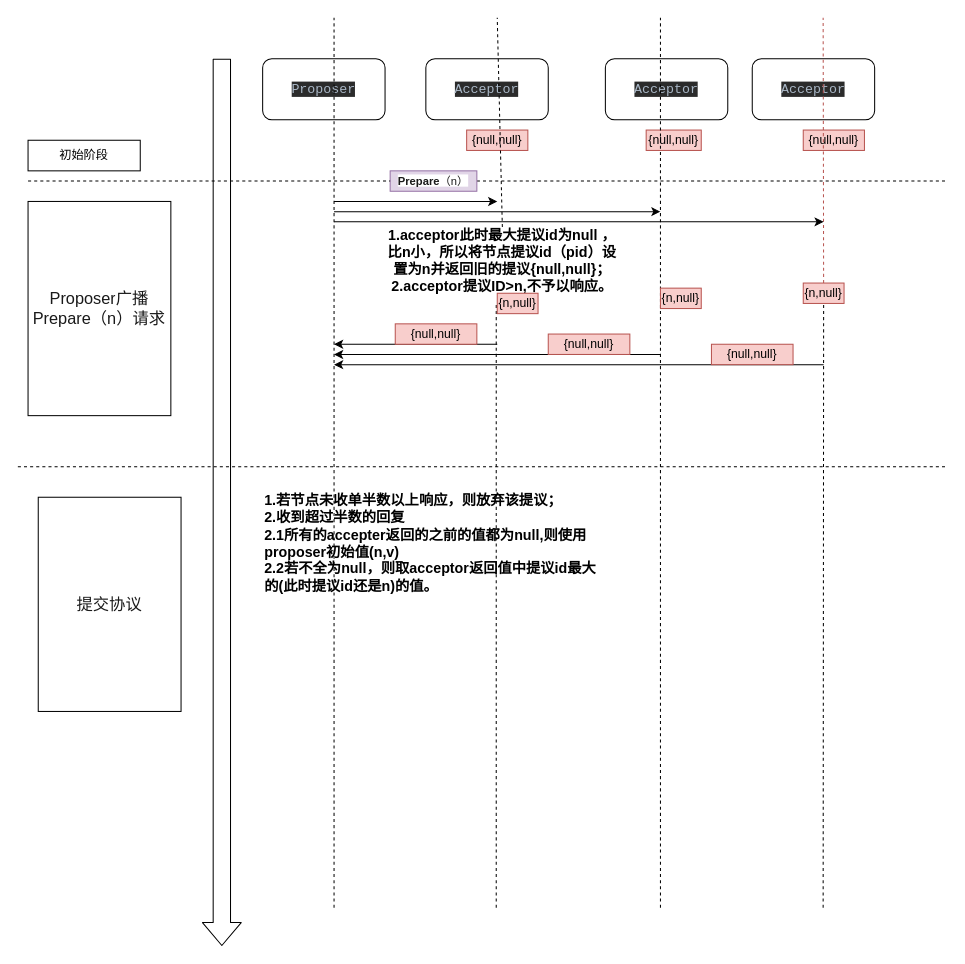
Above: Untitled Diagram.drawio in 852438143/drawIo (draw.io), before the change. Source tidied: cells renumbered, new cells numbered last; positions are measured from the earlier drawing's top-left corner, leaving out a move shared by most shapes. Both pictures are drawn from the tidied source at 102%, with x=0, y=0 at pixel (17, 17).
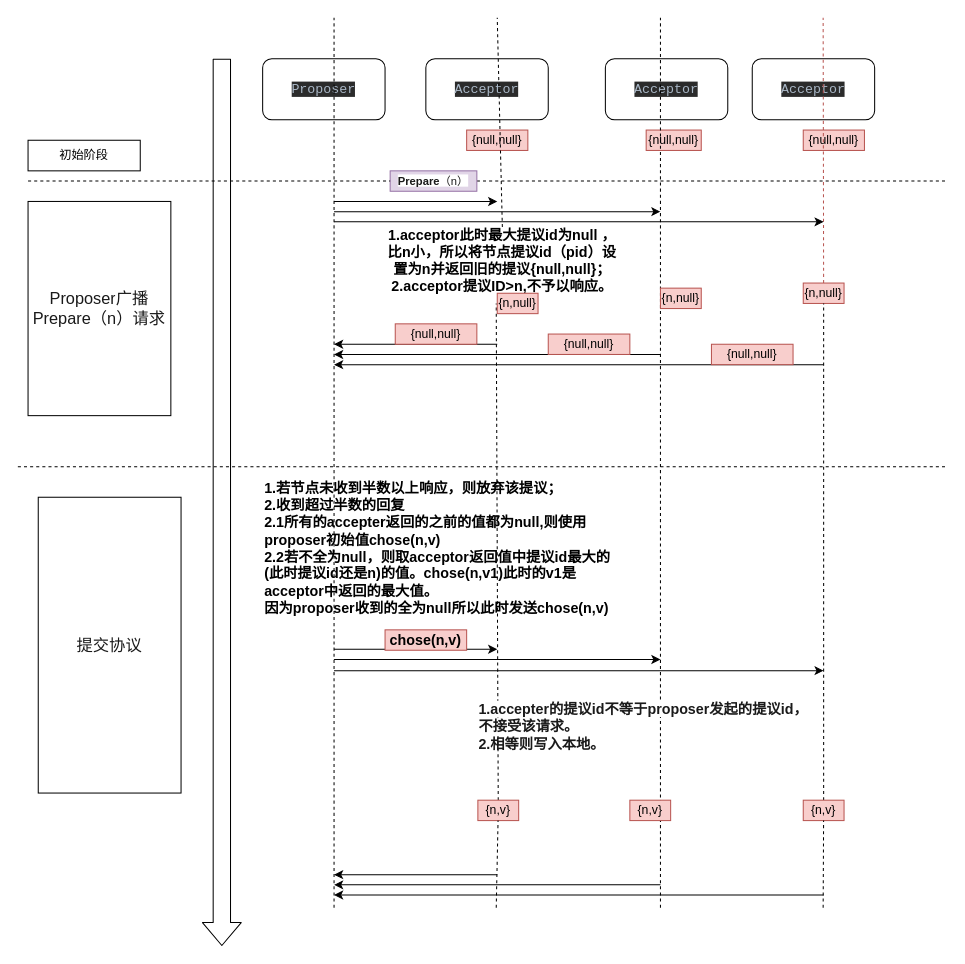
The same diagram, later.

Unchanged cells that the change refers to:
```xml
<mxCell id="24" value="{n,null}" style="text;html=1;strokeColor=#b85450;fillColor=#f8cecc;align=center;verticalAlign=middle;whiteSpace=wrap;rounded=0;" parent="1" vertex="1">
  <mxGeometry x="770" y="260" width="40" height="20" as="geometry" />
</mxCell>
```

What changed in the source:
```diff
@@
-    <mxCell id="21" style="endArrow=none;dashed=1;html=1;" parent="1" edge="1">
+    <mxCell id="21" style="endArrow=none;dashed=1;html=1;" parent="1" edge="1" source="42">
       <mxGeometry relative="1" as="geometry">
-        <mxPoint x="469" y="872.4" as="sourcePoint" />
         <mxPoint x="469" y="280" as="targetPoint" />
       </mxGeometry>
     </mxCell>
@@
-    <mxCell id="25" style="endArrow=none;dashed=1;html=1;" parent="1" edge="1" target="24">
-      <mxGeometry relative="1" as="geometry">
-        <mxPoint x="789.5" y="872.4" as="sourcePoint" />
-      </mxGeometry>
+    <mxCell id="25" style="endArrow=none;dashed=1;html=1;" parent="1" edge="1" source="45" target="24">
+      <mxGeometry relative="1" as="geometry" />
     </mxCell>
@@
     <mxCell id="35" value="&lt;div style=&quot;text-align: left&quot;&gt;&lt;font color=&quot;#1a1a1a&quot; size=&quot;3&quot;&gt;&lt;span style=&quot;background-color: rgb(255 , 255 , 255)&quot;&gt;提交协议&lt;/span&gt;&lt;/font&gt;&lt;/div&gt;" style="rounded=0;whiteSpace=wrap;html=1;" parent="1" vertex="1">
-      <mxGeometry x="20" y="470" width="140" height="210" as="geometry" />
+      <mxGeometry x="20" y="470" width="140" height="290" as="geometry" />
     </mxCell>
-    <mxCell id="36" value="&lt;b&gt;&lt;font style=&quot;font-size: 14px&quot;&gt;1.若节点未收单半数以上响应，则放弃该提议；&lt;br&gt;&lt;div&gt;&lt;b style=&quot;font-size: 12px&quot;&gt;&lt;font style=&quot;font-size: 14px&quot;&gt;2.收到超过半数的回复&lt;/font&gt;&lt;/b&gt;&lt;/div&gt;&lt;div&gt;&lt;b style=&quot;font-size: 12px&quot;&gt;&lt;font style=&quot;font-size: 14px&quot;&gt;2.1所有的accepter返回的之前的值都为null,则使用proposer初始值(n,v)&lt;/font&gt;&lt;/b&gt;&lt;/div&gt;&lt;div&gt;&lt;b style=&quot;font-size: 12px&quot;&gt;&lt;font style=&quot;font-size: 14px&quot;&gt;2.2若不全为null，则取acceptor返回值中提议id最大的(此时提议id还是n)的值。&lt;/font&gt;&lt;/b&gt;&lt;/div&gt;&lt;/font&gt;&lt;/b&gt;" style="text;html=1;strokeColor=none;fillColor=none;align=left;verticalAlign=middle;whiteSpace=wrap;rounded=0;" parent="1" vertex="1">
-      <mxGeometry x="240" y="460" width="330" height="110" as="geometry" />
+    <mxCell id="36" value="&lt;b&gt;&lt;font style=&quot;font-size: 14px&quot;&gt;1.若节点未收到半数以上响应，则放弃该提议；&lt;br&gt;&lt;div&gt;&lt;b style=&quot;font-size: 12px&quot;&gt;&lt;font style=&quot;font-size: 14px&quot;&gt;2.收到超过半数的回复&lt;/font&gt;&lt;/b&gt;&lt;/div&gt;&lt;div&gt;&lt;b style=&quot;font-size: 12px&quot;&gt;&lt;font style=&quot;font-size: 14px&quot;&gt;2.1所有的accepter返回的之前的值都为null,则使用proposer初始值chose(n,v)&lt;/font&gt;&lt;/b&gt;&lt;/div&gt;&lt;div&gt;&lt;b style=&quot;font-size: 12px&quot;&gt;&lt;font style=&quot;font-size: 14px&quot;&gt;2.2若不全为null，则取acceptor返回值中提议id最大的(此时提议id还是n)的值。chose(n,v1)此时的v1是acceptor中返回的最大值。&lt;/font&gt;&lt;/b&gt;&lt;/div&gt;&lt;div&gt;因为proposer收到的全为null所以此时发送chose(n,v)&lt;/div&gt;&lt;/font&gt;&lt;/b&gt;" style="text;html=1;strokeColor=none;fillColor=none;align=left;verticalAlign=middle;whiteSpace=wrap;rounded=0;" parent="1" vertex="1">
+      <mxGeometry x="240" y="440" width="350" height="160" as="geometry" />
     </mxCell>
+    <mxCell id="37" style="endArrow=classic;html=1;" parent="1" edge="1">
+      <mxGeometry relative="1" as="geometry">
+        <mxPoint x="310" y="619" as="sourcePoint" />
+        <mxPoint x="470" y="619" as="targetPoint" />
+      </mxGeometry>
+    </mxCell>
+    <mxCell id="38" style="endArrow=classic;html=1;" parent="1" edge="1">
+      <mxGeometry relative="1" as="geometry">
+        <mxPoint x="310" y="629" as="sourcePoint" />
+        <mxPoint x="630" y="629" as="targetPoint" />
+      </mxGeometry>
+    </mxCell>
+    <mxCell id="39" style="endArrow=classic;html=1;" parent="1" edge="1">
+      <mxGeometry relative="1" as="geometry">
+        <mxPoint x="310" y="640" as="sourcePoint" />
+        <mxPoint x="790" y="640" as="targetPoint" />
+      </mxGeometry>
+    </mxCell>
+    <mxCell id="40" value="&lt;b style=&quot;text-align: left&quot;&gt;&lt;font style=&quot;font-size: 14px&quot;&gt;chose(n,v)&lt;/font&gt;&lt;/b&gt;" style="text;html=1;strokeColor=#b85450;fillColor=#f8cecc;align=center;verticalAlign=middle;whiteSpace=wrap;rounded=0;" parent="1" vertex="1">
+      <mxGeometry x="360" y="600" width="80" height="20" as="geometry" />
+    </mxCell>
+    <mxCell id="41" value="&lt;span style=&quot;color: rgb(26 , 26 , 26) ; font-size: 14px ; background-color: rgb(255 , 255 , 255)&quot;&gt;&lt;b&gt;1.accepter的提议id不等于proposer发起的提议id，不接受该请求。&lt;br&gt;&lt;div&gt;&lt;b&gt;2.相等则写入本地。&lt;/b&gt;&lt;/div&gt;&lt;/b&gt;&lt;/span&gt;" style="text;html=1;strokeColor=none;fillColor=none;align=left;verticalAlign=middle;whiteSpace=wrap;rounded=0;" parent="1" vertex="1">
+      <mxGeometry x="450" y="660" width="325" height="70" as="geometry" />
+    </mxCell>
+    <mxCell id="42" value="{n,v}" style="text;html=1;strokeColor=#b85450;fillColor=#f8cecc;align=center;verticalAlign=middle;whiteSpace=wrap;rounded=0;" parent="1" vertex="1">
+      <mxGeometry x="451" y="767" width="40" height="20" as="geometry" />
+    </mxCell>
+    <mxCell id="43" style="endArrow=none;dashed=1;html=1;" parent="1" edge="1" target="42">
+      <mxGeometry relative="1" as="geometry">
+        <mxPoint x="469" y="872.4" as="sourcePoint" />
+      </mxGeometry>
+    </mxCell>
+    <mxCell id="44" value="{n,v}" style="text;html=1;strokeColor=#b85450;fillColor=#f8cecc;align=center;verticalAlign=middle;whiteSpace=wrap;rounded=0;" parent="1" vertex="1">
+      <mxGeometry x="600" y="767" width="40" height="20" as="geometry" />
+    </mxCell>
+    <mxCell id="45" value="{n,v}" style="text;html=1;strokeColor=#b85450;fillColor=#f8cecc;align=center;verticalAlign=middle;whiteSpace=wrap;rounded=0;" parent="1" vertex="1">
+      <mxGeometry x="770" y="767" width="40" height="20" as="geometry" />
+    </mxCell>
+    <mxCell id="46" style="endArrow=none;dashed=1;html=1;" parent="1" edge="1" target="45">
+      <mxGeometry relative="1" as="geometry">
+        <mxPoint x="789.5" y="872.4" as="sourcePoint" />
+      </mxGeometry>
+    </mxCell>
+    <mxCell id="47" style="endArrow=classic;html=1;" parent="1" edge="1">
+      <mxGeometry relative="1" as="geometry">
+        <mxPoint x="470" y="840" as="sourcePoint" />
+        <mxPoint x="310" y="840" as="targetPoint" />
+      </mxGeometry>
+    </mxCell>
+    <mxCell id="48" style="endArrow=classic;html=1;" parent="1" edge="1">
+      <mxGeometry relative="1" as="geometry">
+        <mxPoint x="630" y="850" as="sourcePoint" />
+        <mxPoint x="310" y="850" as="targetPoint" />
+      </mxGeometry>
+    </mxCell>
+    <mxCell id="49" style="endArrow=classic;html=1;" parent="1" edge="1">
+      <mxGeometry relative="1" as="geometry">
+        <mxPoint x="790" y="860" as="sourcePoint" />
+        <mxPoint x="310" y="860" as="targetPoint" />
+      </mxGeometry>
+    </mxCell>
```
